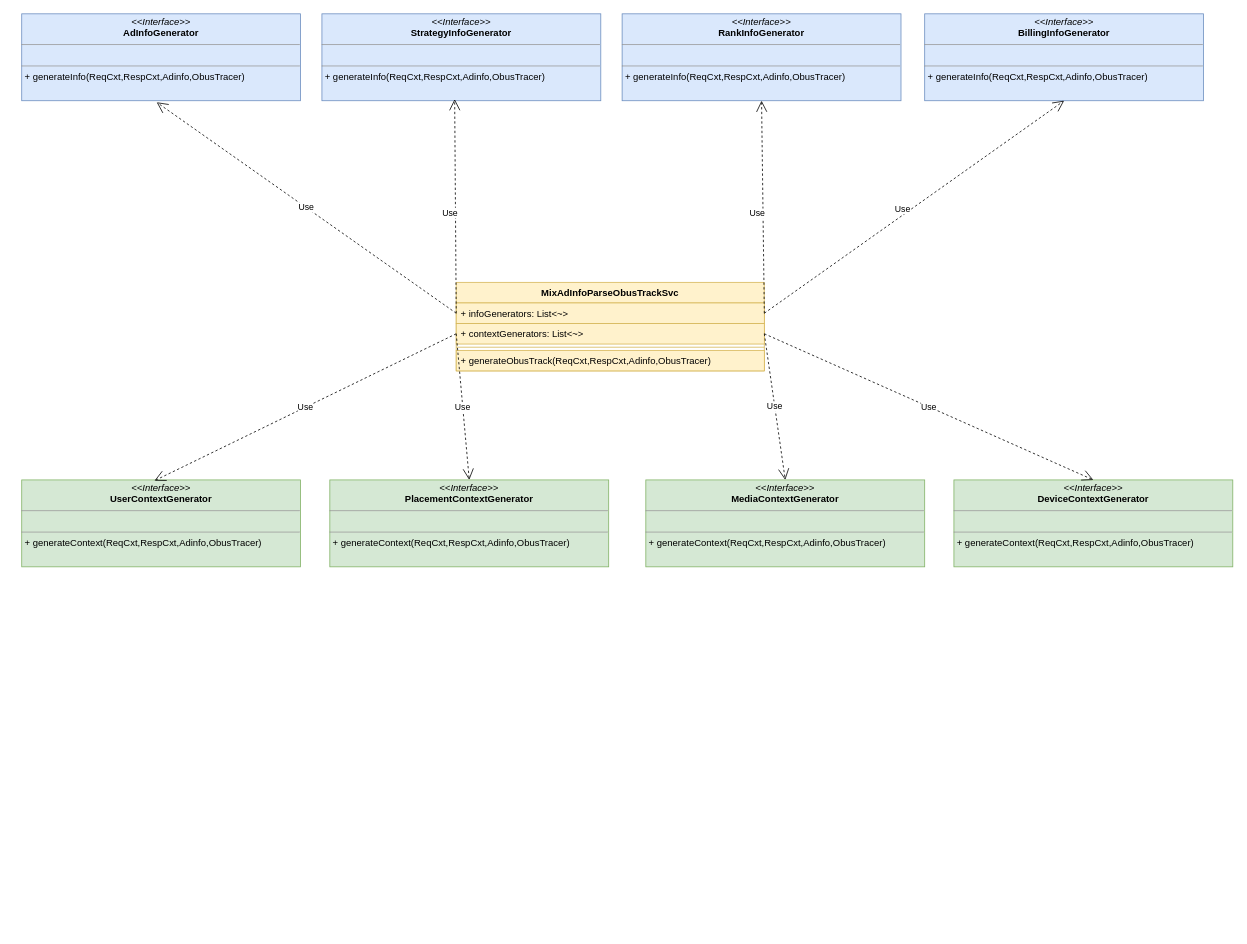
karlchan-cn/drawio-repository keeps this draw.io diagram as page "广告统一转换ObusTrack服务" (3 of 9) of universal-engine/universal-transparent.drawio. Above is the earlier version. Source tidied: cells renumbered, new cells numbered last; positions are measured from the earlier drawing's top-left corner, leaving out a move shared by most shapes. Both pictures are drawn from the tidied source at 79%, with x=0, y=0 at pixel (21, 13).
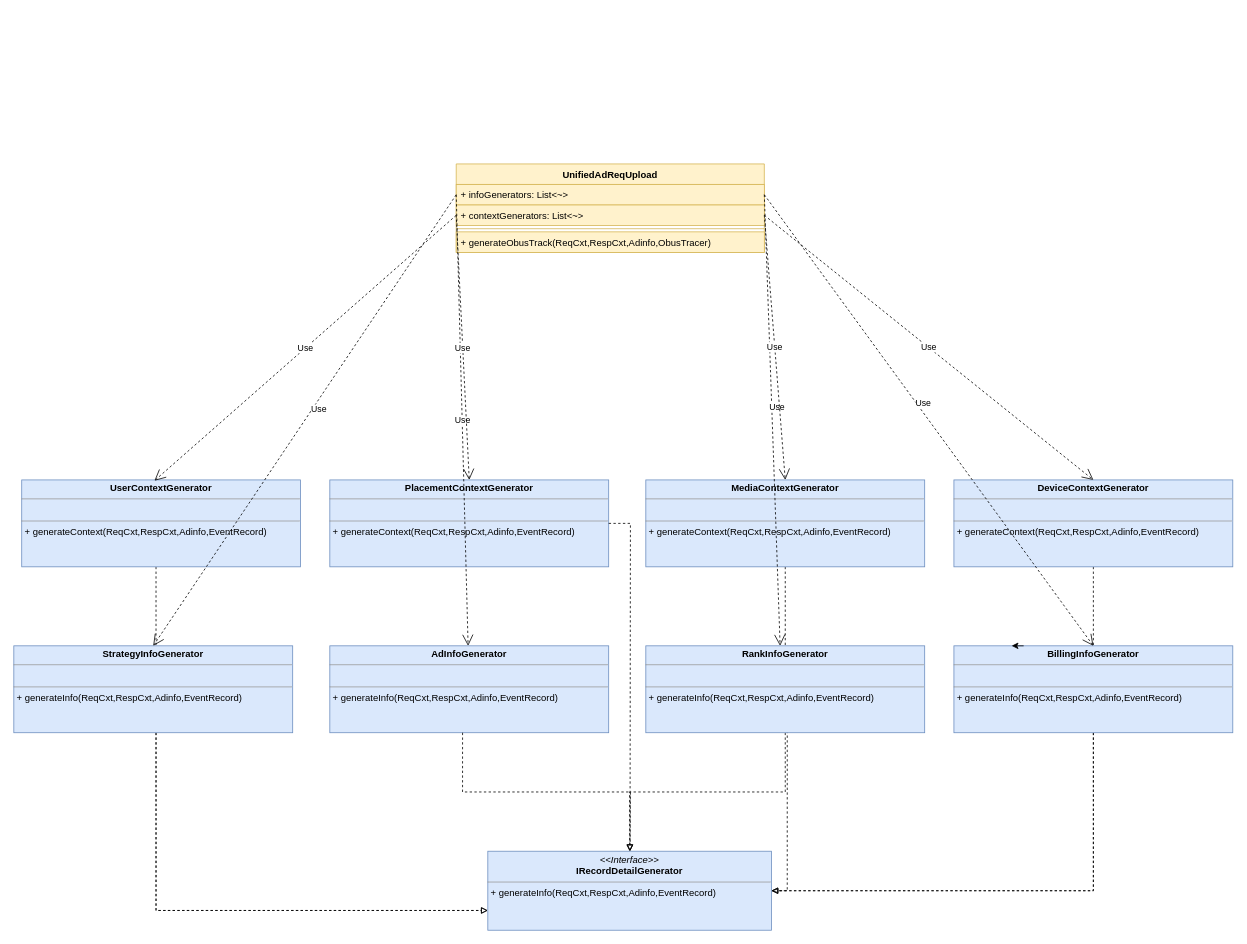
The same diagram, later.

Unchanged cells that the change refers to:
```xml
<mxCell id="11" value="+ infoGenerators: List&amp;lt;~&amp;gt;" style="text;strokeColor=#d6b656;fillColor=#fff2cc;align=left;verticalAlign=top;spacingLeft=4;spacingRight=4;overflow=hidden;points=[[0,0.5],[1,0.5]];portConstraint=eastwest;whiteSpace=wrap;html=1;" parent="10" vertex="1">
  <mxGeometry y="26" width="390" height="26" as="geometry" />
</mxCell>
```

Diff of the diagram source:
```diff
@@
-    <mxCell id="2" value="&lt;p style=&quot;margin:0px;margin-top:4px;text-align:center;&quot;&gt;&lt;i&gt;&amp;lt;&amp;lt;Interface&amp;gt;&amp;gt;&lt;/i&gt;&lt;br&gt;&lt;b&gt;PlacementContextGenerator&lt;/b&gt;&lt;/p&gt;&lt;hr size=&quot;1&quot;&gt;&lt;p style=&quot;margin:0px;margin-left:4px;&quot;&gt;&lt;br&gt;&lt;/p&gt;&lt;hr size=&quot;1&quot;&gt;&lt;p style=&quot;margin:0px;margin-left:4px;&quot;&gt;+ generateContext(ReqCxt,RespCxt,Adinfo,ObusTracer)&lt;br&gt;&lt;/p&gt;" style="verticalAlign=top;align=left;overflow=fill;fontSize=12;fontFamily=Helvetica;html=1;whiteSpace=wrap;fillColor=#d5e8d4;strokeColor=#82b366;" parent="1" vertex="1">
+    <mxCell id="2" value="&lt;p style=&quot;margin:0px;margin-top:4px;text-align:center;&quot;&gt;&lt;b&gt;PlacementContextGenerator&lt;/b&gt;&lt;/p&gt;&lt;hr size=&quot;1&quot;&gt;&lt;p style=&quot;margin:0px;margin-left:4px;&quot;&gt;&lt;br&gt;&lt;/p&gt;&lt;hr size=&quot;1&quot;&gt;&lt;p style=&quot;margin:0px;margin-left:4px;&quot;&gt;+ generateContext(ReqCxt,RespCxt,Adinfo,EventRecord)&lt;br&gt;&lt;/p&gt;" style="verticalAlign=top;align=left;overflow=fill;fontSize=12;fontFamily=Helvetica;html=1;whiteSpace=wrap;fillColor=#DAE8FC;strokeColor=#6C8EBF;" parent="1" vertex="1">
       <mxGeometry x="390" y="590" width="353" height="110" as="geometry" />
     </mxCell>
+    <mxCell id="23" style="edgeStyle=orthogonalEdgeStyle;rounded=0;jettySize=auto;html=1;entryX=0;entryY=0.75;entryDx=0;entryDy=0;dashed=1;endArrow=block;endFill=0;" parent="1" edge="1" source="3" target="29">
+      <mxGeometry relative="1" as="geometry">
+        <Array as="points">
+          <mxPoint x="170" y="1135" />
+        </Array>
+      </mxGeometry>
+    </mxCell>
-    <mxCell id="3" value="&lt;p style=&quot;margin:0px;margin-top:4px;text-align:center;&quot;&gt;&lt;i&gt;&amp;lt;&amp;lt;Interface&amp;gt;&amp;gt;&lt;/i&gt;&lt;br&gt;&lt;b&gt;UserContextGenerator&lt;/b&gt;&lt;/p&gt;&lt;hr size=&quot;1&quot;&gt;&lt;p style=&quot;margin:0px;margin-left:4px;&quot;&gt;&lt;br&gt;&lt;/p&gt;&lt;hr size=&quot;1&quot;&gt;&lt;p style=&quot;margin:0px;margin-left:4px;&quot;&gt;+ generateContext(ReqCxt,RespCxt,Adinfo,ObusTracer)&lt;br&gt;&lt;/p&gt;" style="verticalAlign=top;align=left;overflow=fill;fontSize=12;fontFamily=Helvetica;html=1;whiteSpace=wrap;fillColor=#d5e8d4;strokeColor=#82b366;" parent="1" vertex="1">
+    <mxCell id="3" value="&lt;p style=&quot;margin:0px;margin-top:4px;text-align:center;&quot;&gt;&lt;b&gt;UserContextGenerator&lt;/b&gt;&lt;/p&gt;&lt;hr size=&quot;1&quot;&gt;&lt;p style=&quot;margin:0px;margin-left:4px;&quot;&gt;&lt;br&gt;&lt;/p&gt;&lt;hr size=&quot;1&quot;&gt;&lt;p style=&quot;margin:0px;margin-left:4px;&quot;&gt;+ generateContext(ReqCxt,RespCxt,Adinfo,EventRecord)&lt;br&gt;&lt;/p&gt;" style="verticalAlign=top;align=left;overflow=fill;fontSize=12;fontFamily=Helvetica;html=1;whiteSpace=wrap;fillColor=#DAE8FC;strokeColor=#6C8EBF;" parent="1" vertex="1">
       <mxGeometry y="590" width="353" height="110" as="geometry" />
     </mxCell>
+    <mxCell id="24" style="edgeStyle=orthogonalEdgeStyle;rounded=0;jettySize=auto;html=1;entryX=1;entryY=0.5;entryDx=0;entryDy=0;endArrow=blockThin;endFill=0;dashed=1;" parent="1" edge="1" source="4" target="29">
+      <mxGeometry relative="1" as="geometry" />
+    </mxCell>
-    <mxCell id="4" value="&lt;p style=&quot;margin:0px;margin-top:4px;text-align:center;&quot;&gt;&lt;i&gt;&amp;lt;&amp;lt;Interface&amp;gt;&amp;gt;&lt;/i&gt;&lt;br&gt;&lt;b&gt;MediaContextGenerator&lt;/b&gt;&lt;/p&gt;&lt;hr size=&quot;1&quot;&gt;&lt;p style=&quot;margin:0px;margin-left:4px;&quot;&gt;&lt;br&gt;&lt;/p&gt;&lt;hr size=&quot;1&quot;&gt;&lt;p style=&quot;margin:0px;margin-left:4px;&quot;&gt;+ generateContext(ReqCxt,RespCxt,Adinfo,ObusTracer)&lt;br&gt;&lt;/p&gt;" style="verticalAlign=top;align=left;overflow=fill;fontSize=12;fontFamily=Helvetica;html=1;whiteSpace=wrap;fillColor=#d5e8d4;strokeColor=#82b366;" parent="1" vertex="1">
+    <mxCell id="4" value="&lt;p style=&quot;margin:0px;margin-top:4px;text-align:center;&quot;&gt;&lt;b&gt;MediaContextGenerator&lt;/b&gt;&lt;/p&gt;&lt;hr size=&quot;1&quot;&gt;&lt;p style=&quot;margin:0px;margin-left:4px;&quot;&gt;&lt;br&gt;&lt;/p&gt;&lt;hr size=&quot;1&quot;&gt;&lt;p style=&quot;margin:0px;margin-left:4px;&quot;&gt;+ generateContext(ReqCxt,RespCxt,Adinfo,EventRecord)&lt;br&gt;&lt;/p&gt;" style="verticalAlign=top;align=left;overflow=fill;fontSize=12;fontFamily=Helvetica;html=1;whiteSpace=wrap;fillColor=#DAE8FC;strokeColor=#6C8EBF;" parent="1" vertex="1">
       <mxGeometry x="790" y="590" width="353" height="110" as="geometry" />
     </mxCell>
+    <mxCell id="25" style="edgeStyle=orthogonalEdgeStyle;rounded=0;jettySize=auto;html=1;entryX=1;entryY=0.5;entryDx=0;entryDy=0;endArrow=block;endFill=0;dashed=1;" parent="1" edge="1" source="5" target="29">
+      <mxGeometry relative="1" as="geometry">
+        <Array as="points">
+          <mxPoint x="1357" y="1110" />
+        </Array>
+      </mxGeometry>
+    </mxCell>
-    <mxCell id="5" value="&lt;p style=&quot;margin:0px;margin-top:4px;text-align:center;&quot;&gt;&lt;i&gt;&amp;lt;&amp;lt;Interface&amp;gt;&amp;gt;&lt;/i&gt;&lt;br&gt;&lt;b&gt;DeviceContextGenerator&lt;/b&gt;&lt;/p&gt;&lt;hr size=&quot;1&quot;&gt;&lt;p style=&quot;margin:0px;margin-left:4px;&quot;&gt;&lt;br&gt;&lt;/p&gt;&lt;hr size=&quot;1&quot;&gt;&lt;p style=&quot;margin:0px;margin-left:4px;&quot;&gt;+ generateContext(ReqCxt,RespCxt,Adinfo,ObusTracer)&lt;br&gt;&lt;/p&gt;" style="verticalAlign=top;align=left;overflow=fill;fontSize=12;fontFamily=Helvetica;html=1;whiteSpace=wrap;fillColor=#d5e8d4;strokeColor=#82b366;" parent="1" vertex="1">
+    <mxCell id="5" value="&lt;p style=&quot;margin:0px;margin-top:4px;text-align:center;&quot;&gt;&lt;b&gt;DeviceContextGenerator&lt;/b&gt;&lt;/p&gt;&lt;hr size=&quot;1&quot;&gt;&lt;p style=&quot;margin:0px;margin-left:4px;&quot;&gt;&lt;br&gt;&lt;/p&gt;&lt;hr size=&quot;1&quot;&gt;&lt;p style=&quot;margin:0px;margin-left:4px;&quot;&gt;+ generateContext(ReqCxt,RespCxt,Adinfo,EventRecord)&lt;br&gt;&lt;/p&gt;" style="verticalAlign=top;align=left;overflow=fill;fontSize=12;fontFamily=Helvetica;html=1;whiteSpace=wrap;fillColor=#DAE8FC;strokeColor=#6C8EBF;" parent="1" vertex="1">
       <mxGeometry x="1180" y="590" width="353" height="110" as="geometry" />
     </mxCell>
-    <mxCell id="6" value="&lt;p style=&quot;margin:0px;margin-top:4px;text-align:center;&quot;&gt;&lt;i&gt;&amp;lt;&amp;lt;Interface&amp;gt;&amp;gt;&lt;/i&gt;&lt;br&gt;&lt;b&gt;AdInfoGenerator&lt;/b&gt;&lt;/p&gt;&lt;hr size=&quot;1&quot;&gt;&lt;p style=&quot;margin:0px;margin-left:4px;&quot;&gt;&lt;br&gt;&lt;/p&gt;&lt;hr size=&quot;1&quot;&gt;&lt;p style=&quot;margin:0px;margin-left:4px;&quot;&gt;+ generateInfo(ReqCxt,RespCxt,Adinfo,ObusTracer)&lt;br&gt;&lt;/p&gt;" style="verticalAlign=top;align=left;overflow=fill;fontSize=12;fontFamily=Helvetica;html=1;whiteSpace=wrap;fillColor=#dae8fc;strokeColor=#6c8ebf;" parent="1" vertex="1">
-      <mxGeometry width="353" height="110" as="geometry" />
+    <mxCell id="6" value="&lt;p style=&quot;margin:0px;margin-top:4px;text-align:center;&quot;&gt;&lt;b&gt;AdInfoGenerator&lt;/b&gt;&lt;/p&gt;&lt;hr size=&quot;1&quot;&gt;&lt;p style=&quot;margin:0px;margin-left:4px;&quot;&gt;&lt;br&gt;&lt;/p&gt;&lt;hr size=&quot;1&quot;&gt;&lt;p style=&quot;margin:0px;margin-left:4px;&quot;&gt;+ generateInfo(ReqCxt,RespCxt,Adinfo,EventRecord)&lt;br&gt;&lt;/p&gt;" style="verticalAlign=top;align=left;overflow=fill;fontSize=12;fontFamily=Helvetica;html=1;whiteSpace=wrap;fillColor=#dae8fc;strokeColor=#6c8ebf;" parent="1" vertex="1">
+      <mxGeometry x="390" y="800" width="353" height="110" as="geometry" />
     </mxCell>
+    <mxCell id="26" style="edgeStyle=orthogonalEdgeStyle;rounded=0;jettySize=auto;html=1;entryX=0;entryY=0.75;entryDx=0;entryDy=0;dashed=1;endArrow=block;endFill=0;" parent="1" edge="1" source="7" target="29">
+      <mxGeometry relative="1" as="geometry">
+        <Array as="points">
+          <mxPoint x="170" y="1135" />
+        </Array>
+      </mxGeometry>
+    </mxCell>
-    <mxCell id="7" value="&lt;p style=&quot;margin:0px;margin-top:4px;text-align:center;&quot;&gt;&lt;i&gt;&amp;lt;&amp;lt;Interface&amp;gt;&amp;gt;&lt;/i&gt;&lt;br&gt;&lt;b&gt;StrategyInfoGenerator&lt;/b&gt;&lt;/p&gt;&lt;hr size=&quot;1&quot;&gt;&lt;p style=&quot;margin:0px;margin-left:4px;&quot;&gt;&lt;br&gt;&lt;/p&gt;&lt;hr size=&quot;1&quot;&gt;&lt;p style=&quot;margin:0px;margin-left:4px;&quot;&gt;+ generateInfo(ReqCxt,RespCxt,Adinfo,ObusTracer)&lt;br&gt;&lt;/p&gt;" style="verticalAlign=top;align=left;overflow=fill;fontSize=12;fontFamily=Helvetica;html=1;whiteSpace=wrap;fillColor=#dae8fc;strokeColor=#6c8ebf;" parent="1" vertex="1">
-      <mxGeometry x="380" width="353" height="110" as="geometry" />
+    <mxCell id="7" value="&lt;p style=&quot;margin:0px;margin-top:4px;text-align:center;&quot;&gt;&lt;b&gt;StrategyInfoGenerator&lt;/b&gt;&lt;/p&gt;&lt;hr size=&quot;1&quot;&gt;&lt;p style=&quot;margin:0px;margin-left:4px;&quot;&gt;&lt;br&gt;&lt;/p&gt;&lt;hr size=&quot;1&quot;&gt;&lt;p style=&quot;margin:0px;margin-left:4px;&quot;&gt;+ generateInfo(ReqCxt,RespCxt,Adinfo,EventRecord)&lt;br&gt;&lt;/p&gt;" style="verticalAlign=top;align=left;overflow=fill;fontSize=12;fontFamily=Helvetica;html=1;whiteSpace=wrap;fillColor=#dae8fc;strokeColor=#6c8ebf;" parent="1" vertex="1">
+      <mxGeometry x="-10" y="800" width="353" height="110" as="geometry" />
     </mxCell>
+    <mxCell id="27" style="edgeStyle=orthogonalEdgeStyle;rounded=0;jettySize=auto;html=1;dashed=1;endArrow=block;endFill=0;" parent="1" edge="1" source="8" target="29">
+      <mxGeometry relative="1" as="geometry" />
+    </mxCell>
-    <mxCell id="8" value="&lt;p style=&quot;margin:0px;margin-top:4px;text-align:center;&quot;&gt;&lt;i&gt;&amp;lt;&amp;lt;Interface&amp;gt;&amp;gt;&lt;/i&gt;&lt;br&gt;&lt;b&gt;RankInfoGenerator&lt;/b&gt;&lt;/p&gt;&lt;hr size=&quot;1&quot;&gt;&lt;p style=&quot;margin:0px;margin-left:4px;&quot;&gt;&lt;br&gt;&lt;/p&gt;&lt;hr size=&quot;1&quot;&gt;&lt;p style=&quot;margin:0px;margin-left:4px;&quot;&gt;+ generateInfo(ReqCxt,RespCxt,Adinfo,ObusTracer)&lt;br&gt;&lt;/p&gt;" style="verticalAlign=top;align=left;overflow=fill;fontSize=12;fontFamily=Helvetica;html=1;whiteSpace=wrap;fillColor=#dae8fc;strokeColor=#6c8ebf;" parent="1" vertex="1">
-      <mxGeometry x="760" width="353" height="110" as="geometry" />
+    <mxCell id="8" value="&lt;p style=&quot;margin:0px;margin-top:4px;text-align:center;&quot;&gt;&lt;b&gt;RankInfoGenerator&lt;/b&gt;&lt;/p&gt;&lt;hr size=&quot;1&quot;&gt;&lt;p style=&quot;margin:0px;margin-left:4px;&quot;&gt;&lt;br&gt;&lt;/p&gt;&lt;hr size=&quot;1&quot;&gt;&lt;p style=&quot;margin:0px;margin-left:4px;&quot;&gt;+ generateInfo(ReqCxt,RespCxt,Adinfo,EventRecord)&lt;br&gt;&lt;/p&gt;" style="verticalAlign=top;align=left;overflow=fill;fontSize=12;fontFamily=Helvetica;html=1;whiteSpace=wrap;fillColor=#dae8fc;strokeColor=#6c8ebf;" parent="1" vertex="1">
+      <mxGeometry x="790" y="800" width="353" height="110" as="geometry" />
     </mxCell>
+    <mxCell id="28" style="edgeStyle=orthogonalEdgeStyle;rounded=0;jettySize=auto;html=1;entryX=1;entryY=0.5;entryDx=0;entryDy=0;exitX=0.5;exitY=1;exitDx=0;exitDy=0;dashed=1;endArrow=block;endFill=0;" parent="1" edge="1" source="9" target="29">
+      <mxGeometry relative="1" as="geometry">
+        <Array as="points">
+          <mxPoint x="1357" y="1110" />
+        </Array>
+      </mxGeometry>
+    </mxCell>
-    <mxCell id="9" value="&lt;p style=&quot;margin:0px;margin-top:4px;text-align:center;&quot;&gt;&lt;i&gt;&amp;lt;&amp;lt;Interface&amp;gt;&amp;gt;&lt;/i&gt;&lt;br&gt;&lt;b&gt;BillingInfoGenerator&lt;/b&gt;&lt;/p&gt;&lt;hr size=&quot;1&quot;&gt;&lt;p style=&quot;margin:0px;margin-left:4px;&quot;&gt;&lt;br&gt;&lt;/p&gt;&lt;hr size=&quot;1&quot;&gt;&lt;p style=&quot;margin:0px;margin-left:4px;&quot;&gt;+ generateInfo(ReqCxt,RespCxt,Adinfo,ObusTracer)&lt;br&gt;&lt;/p&gt;" style="verticalAlign=top;align=left;overflow=fill;fontSize=12;fontFamily=Helvetica;html=1;whiteSpace=wrap;fillColor=#dae8fc;strokeColor=#6c8ebf;" parent="1" vertex="1">
-      <mxGeometry x="1143" width="353" height="110" as="geometry" />
+    <mxCell id="9" value="&lt;p style=&quot;margin:0px;margin-top:4px;text-align:center;&quot;&gt;&lt;b&gt;BillingInfoGenerator&lt;/b&gt;&lt;/p&gt;&lt;hr size=&quot;1&quot;&gt;&lt;p style=&quot;margin:0px;margin-left:4px;&quot;&gt;&lt;br&gt;&lt;/p&gt;&lt;hr size=&quot;1&quot;&gt;&lt;p style=&quot;margin:0px;margin-left:4px;&quot;&gt;+ generateInfo(ReqCxt,RespCxt,Adinfo,EventRecord)&lt;br&gt;&lt;/p&gt;" style="verticalAlign=top;align=left;overflow=fill;fontSize=12;fontFamily=Helvetica;html=1;whiteSpace=wrap;fillColor=#DAE8FC;strokeColor=#6c8ebf;" parent="1" vertex="1">
+      <mxGeometry x="1180" y="800" width="353" height="110" as="geometry" />
     </mxCell>
-    <mxCell id="10" value="MixAdInfoParseObusTrackSvc" style="swimlane;fontStyle=1;align=center;verticalAlign=top;horizontal=1;startSize=26;whiteSpace=wrap;html=1;fillColor=#fff2cc;strokeColor=#d6b656;" parent="1" vertex="1">
-      <mxGeometry x="550" y="340" width="390" height="112" as="geometry" />
+    <mxCell id="10" value="UnifiedAdReqUpload" style="swimlane;fontStyle=1;align=center;verticalAlign=top;horizontal=1;startSize=26;whiteSpace=wrap;html=1;fillColor=#fff2cc;strokeColor=#d6b656;" parent="1" vertex="1">
+      <mxGeometry x="550" y="190" width="390" height="112" as="geometry" />
     </mxCell>
@@
-    <mxCell id="15" value="Use" style="endArrow=open;endSize=12;dashed=1;html=1;rounded=0;entryX=0.484;entryY=1.018;entryDx=0;entryDy=0;entryPerimeter=0;exitX=0;exitY=0.5;exitDx=0;exitDy=0;" parent="1" edge="1" source="11" target="6">
+    <mxCell id="15" value="Use" style="endArrow=open;endSize=12;dashed=1;html=1;rounded=0;exitX=0;exitY=0.5;exitDx=0;exitDy=0;" parent="1" edge="1" source="11" target="6">
       <mxGeometry relative="1" as="geometry" />
     </mxCell>
-    <mxCell id="16" value="Use" style="endArrow=open;endSize=12;dashed=1;html=1;rounded=0;entryX=0.476;entryY=0.982;entryDx=0;entryDy=0;entryPerimeter=0;exitX=0;exitY=0.5;exitDx=0;exitDy=0;" parent="1" edge="1" source="11" target="7">
+    <mxCell id="16" value="Use" style="endArrow=open;endSize=12;dashed=1;html=1;rounded=0;entryX=0.5;entryY=0;entryDx=0;entryDy=0;exitX=0;exitY=0.5;exitDx=0;exitDy=0;" parent="1" edge="1" source="11" target="7">
       <mxGeometry x="-0.06" y="7" relative="1" as="geometry" />
     </mxCell>
-    <mxCell id="17" value="Use" style="endArrow=open;endSize=12;dashed=1;html=1;rounded=0;entryX=0.5;entryY=1;entryDx=0;entryDy=0;exitX=1;exitY=0.5;exitDx=0;exitDy=0;" parent="1" edge="1" source="11" target="8">
-      <mxGeometry x="-0.06" y="7" relative="1" as="geometry" />
+    <mxCell id="17" value="Use" style="endArrow=open;endSize=12;dashed=1;html=1;rounded=0;exitX=1;exitY=0.5;exitDx=0;exitDy=0;" parent="1" edge="1" source="11">
+      <mxGeometry x="-0.06" y="7" relative="1" as="geometry">
+        <mxPoint x="960" y="800" as="targetPoint" />
+      </mxGeometry>
     </mxCell>
-    <mxCell id="18" value="Use" style="endArrow=open;endSize=12;dashed=1;html=1;rounded=0;entryX=0.5;entryY=1;entryDx=0;entryDy=0;exitX=1;exitY=0.5;exitDx=0;exitDy=0;" parent="1" edge="1" source="11" target="9">
+    <mxCell id="18" value="Use" style="endArrow=open;endSize=12;dashed=1;html=1;rounded=0;entryX=0.5;entryY=0;entryDx=0;entryDy=0;exitX=1;exitY=0.5;exitDx=0;exitDy=0;" parent="1" edge="1" source="11" target="9">
       <mxGeometry x="-0.06" y="7" relative="1" as="geometry" />
     </mxCell>
@@
+    <mxCell id="29" value="&lt;p style=&quot;margin:0px;margin-top:4px;text-align:center;&quot;&gt;&lt;i&gt;&amp;lt;&amp;lt;Interface&amp;gt;&amp;gt;&lt;/i&gt;&lt;br&gt;&lt;b&gt;IRecordDetailGenerator&lt;/b&gt;&lt;/p&gt;&lt;hr size=&quot;1&quot;&gt;&lt;p style=&quot;margin:0px;margin-left:4px;&quot;&gt;+ generateInfo(ReqCxt,RespCxt,Adinfo,EventRecord)&lt;br&gt;&lt;/p&gt;" style="verticalAlign=top;align=left;overflow=fill;fontSize=12;fontFamily=Helvetica;html=1;whiteSpace=wrap;strokeColor=#6C8EBF;fillColor=#DAE8FC;" parent="1" vertex="1">
+      <mxGeometry x="590" y="1060" width="359" height="100" as="geometry" />
+    </mxCell>
+    <mxCell id="30" style="edgeStyle=orthogonalEdgeStyle;rounded=0;jettySize=auto;html=1;dashed=1;endArrow=block;endFill=0;exitX=0.476;exitY=1;exitDx=0;exitDy=0;exitPerimeter=0;" parent="1" edge="1" source="6">
+      <mxGeometry relative="1" as="geometry">
+        <mxPoint x="770" y="1060" as="targetPoint" />
+      </mxGeometry>
+    </mxCell>
+    <mxCell id="31" style="edgeStyle=orthogonalEdgeStyle;rounded=0;jettySize=auto;html=1;dashed=1;endArrow=block;endFill=0;exitX=1;exitY=0.5;exitDx=0;exitDy=0;" parent="1" edge="1" source="2">
+      <mxGeometry relative="1" as="geometry">
+        <mxPoint x="770" y="1060" as="targetPoint" />
+      </mxGeometry>
+    </mxCell>
+    <mxCell id="32" style="edgeStyle=orthogonalEdgeStyle;rounded=0;orthogonalLoop=1;jettySize=auto;html=1;exitX=0.25;exitY=0;exitDx=0;exitDy=0;entryX=0.207;entryY=0;entryDx=0;entryDy=0;entryPerimeter=0;" parent="1" edge="1" source="9" target="9">
+      <mxGeometry relative="1" as="geometry" />
+    </mxCell>
```
